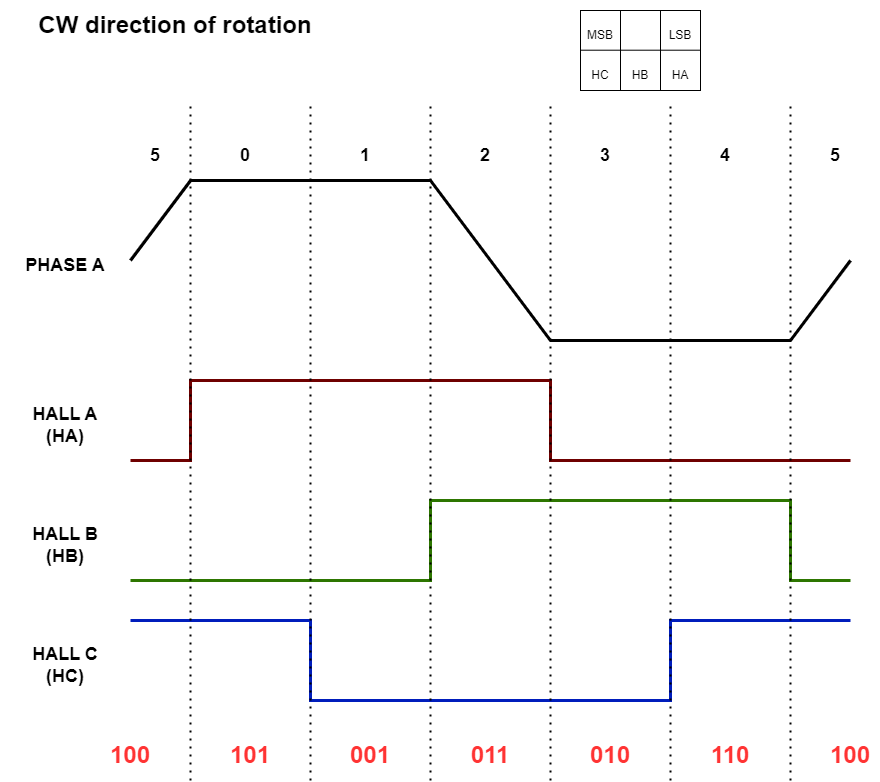
The draw.io diagram images/hall_cw_sm.png in microchip-pic-avr-examples/avr16eb32-bldc-pmsm-motor-control-demo, before a commit. Source tidied: cells renumbered, new cells last; positions are measured from the earlier drawing's top-left corner, leaving out a move shared by most shapes.
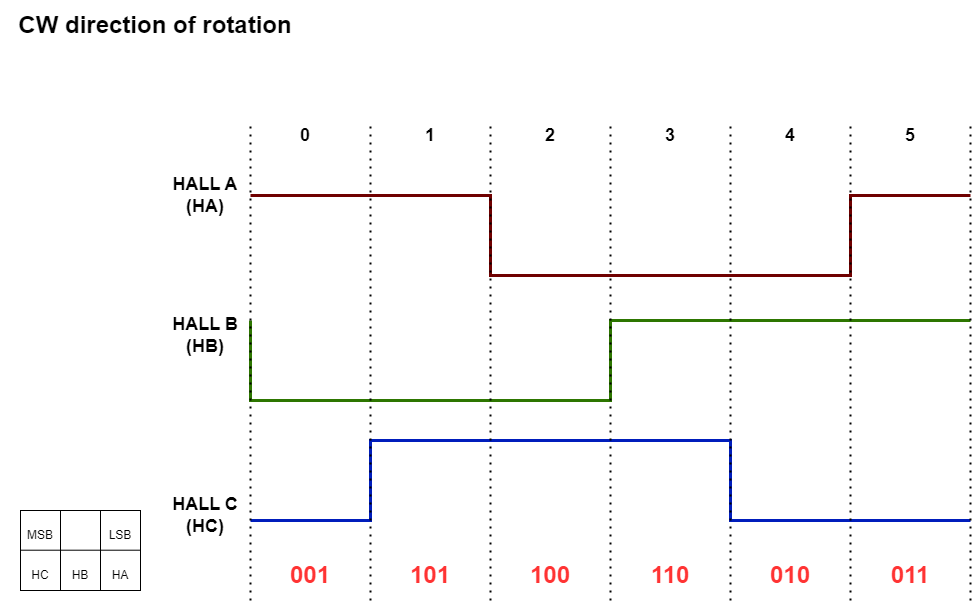
Later version of the same file.

Diff of the diagram source:
```diff
@@ -2,182 +2,169 @@
   <root>
     <mxCell id="0" />
     <mxCell id="1" parent="0" />
-    <mxCell id="2" style="endArrow=none;html=1;rounded=0;strokeWidth=3;" parent="1" edge="1">
-      <mxGeometry relative="1" as="geometry">
-        <mxPoint x="130" y="260" as="sourcePoint" />
-        <mxPoint x="850" y="260" as="targetPoint" />
-        <Array as="points">
-          <mxPoint x="190" y="180" />
-          <mxPoint x="430" y="180" />
-          <mxPoint x="550" y="340" />
-          <mxPoint x="790" y="340" />
-        </Array>
-      </mxGeometry>
-    </mxCell>
     <mxCell id="3" style="endArrow=none;html=1;rounded=0;strokeWidth=3;fillColor=#a20025;strokeColor=#6F0000;" parent="1" edge="1">
       <mxGeometry relative="1" as="geometry">
-        <mxPoint x="130" y="460" as="sourcePoint" />
-        <mxPoint x="850" y="460" as="targetPoint" />
+        <mxPoint x="190" y="375" as="sourcePoint" />
+        <mxPoint x="910" y="375" as="targetPoint" />
         <Array as="points">
-          <mxPoint x="190" y="460" />
-          <mxPoint x="190" y="380" />
-          <mxPoint x="550" y="380" />
-          <mxPoint x="550" y="460" />
+          <mxPoint x="190" y="375" />
+          <mxPoint x="430" y="375" />
+          <mxPoint x="430" y="455" />
+          <mxPoint x="790" y="455" />
+          <mxPoint x="790" y="375" />
         </Array>
       </mxGeometry>
     </mxCell>
     <mxCell id="4" style="endArrow=none;html=1;rounded=0;fillColor=#60a917;strokeColor=#2D7600;strokeWidth=3;" parent="1" edge="1">
       <mxGeometry relative="1" as="geometry">
-        <mxPoint x="130" y="580" as="sourcePoint" />
-        <mxPoint x="850" y="580" as="targetPoint" />
+        <mxPoint x="190" y="500" as="sourcePoint" />
+        <mxPoint x="910" y="500" as="targetPoint" />
         <Array as="points">
-          <mxPoint x="430" y="580" />
-          <mxPoint x="430" y="500" />
-          <mxPoint x="790" y="500" />
-          <mxPoint x="790" y="580" />
+          <mxPoint x="190" y="580" />
+          <mxPoint x="550" y="580" />
+          <mxPoint x="550" y="500" />
+          <mxPoint x="850" y="500" />
+          <mxPoint x="910" y="500" />
         </Array>
       </mxGeometry>
     </mxCell>
     <mxCell id="5" style="endArrow=none;html=1;rounded=0;fillColor=#0050ef;strokeColor=#001DBC;strokeWidth=3;" parent="1" edge="1">
       <mxGeometry relative="1" as="geometry">
-        <mxPoint x="130" y="620" as="sourcePoint" />
-        <mxPoint x="850" y="620" as="targetPoint" />
+        <mxPoint x="190" y="700" as="sourcePoint" />
+        <mxPoint x="910" y="700" as="targetPoint" />
         <Array as="points">
+          <mxPoint x="310" y="700" />
           <mxPoint x="310" y="620" />
-          <mxPoint x="310" y="700" />
+          <mxPoint x="670" y="620" />
           <mxPoint x="670" y="700" />
-          <mxPoint x="670" y="620" />
         </Array>
       </mxGeometry>
     </mxCell>
-    <mxCell id="6" value="&lt;font style=&quot;font-size: 18px;&quot;&gt;&lt;b&gt;PHASE A&lt;/b&gt;&lt;/font&gt;" style="text;html=1;align=center;verticalAlign=middle;whiteSpace=wrap;rounded=0;" parent="1" vertex="1">
-      <mxGeometry y="240" width="130" height="50" as="geometry" />
-    </mxCell>
     <mxCell id="7" style="endArrow=none;dashed=1;html=1;dashPattern=1 3;strokeWidth=2;rounded=0;" parent="1" edge="1">
       <mxGeometry relative="1" as="geometry">
         <mxPoint x="190" y="780" as="sourcePoint" />
-        <mxPoint x="190" y="100" as="targetPoint" />
+        <mxPoint x="190" y="300" as="targetPoint" />
       </mxGeometry>
     </mxCell>
     <mxCell id="8" style="endArrow=none;dashed=1;html=1;dashPattern=1 3;strokeWidth=2;rounded=0;" parent="1" edge="1">
       <mxGeometry relative="1" as="geometry">
         <mxPoint x="310" y="780" as="sourcePoint" />
-        <mxPoint x="310" y="100" as="targetPoint" />
+        <mxPoint x="310" y="300" as="targetPoint" />
       </mxGeometry>
     </mxCell>
     <mxCell id="9" style="endArrow=none;dashed=1;html=1;dashPattern=1 3;strokeWidth=2;rounded=0;" parent="1" edge="1">
       <mxGeometry relative="1" as="geometry">
         <mxPoint x="430" y="780" as="sourcePoint" />
-        <mxPoint x="430" y="100" as="targetPoint" />
+        <mxPoint x="430" y="300" as="targetPoint" />
       </mxGeometry>
     </mxCell>
     <mxCell id="10" style="endArrow=none;dashed=1;html=1;dashPattern=1 3;strokeWidth=2;rounded=0;" parent="1" edge="1">
       <mxGeometry relative="1" as="geometry">
         <mxPoint x="550" y="780" as="sourcePoint" />
-        <mxPoint x="550" y="100" as="targetPoint" />
+        <mxPoint x="550" y="300" as="targetPoint" />
       </mxGeometry>
     </mxCell>
     <mxCell id="11" style="endArrow=none;dashed=1;html=1;dashPattern=1 3;strokeWidth=2;rounded=0;" parent="1" edge="1">
       <mxGeometry relative="1" as="geometry">
         <mxPoint x="670" y="780" as="sourcePoint" />
-        <mxPoint x="670" y="100" as="targetPoint" />
+        <mxPoint x="670" y="300" as="targetPoint" />
       </mxGeometry>
     </mxCell>
     <mxCell id="12" style="endArrow=none;dashed=1;html=1;dashPattern=1 3;strokeWidth=2;rounded=0;" parent="1" edge="1">
       <mxGeometry relative="1" as="geometry">
         <mxPoint x="790" y="780" as="sourcePoint" />
-        <mxPoint x="790" y="100" as="targetPoint" />
+        <mxPoint x="790" y="300" as="targetPoint" />
       </mxGeometry>
     </mxCell>
-    <mxCell id="13" value="&lt;font style=&quot;font-size: 18px;&quot;&gt;&lt;b&gt;5&lt;/b&gt;&lt;/font&gt;" style="text;html=1;align=center;verticalAlign=middle;whiteSpace=wrap;rounded=0;" parent="1" vertex="1">
-      <mxGeometry x="140" y="130" width="30" height="50" as="geometry" />
-    </mxCell>
     <mxCell id="14" value="&lt;font style=&quot;font-size: 18px;&quot;&gt;&lt;b&gt;5&lt;/b&gt;&lt;/font&gt;" style="text;html=1;align=center;verticalAlign=middle;whiteSpace=wrap;rounded=0;" parent="1" vertex="1">
-      <mxGeometry x="820" y="130" width="30" height="50" as="geometry" />
+      <mxGeometry x="835" y="290" width="30" height="50" as="geometry" />
     </mxCell>
     <mxCell id="15" value="&lt;font style=&quot;font-size: 18px;&quot;&gt;&lt;b&gt;0&lt;/b&gt;&lt;/font&gt;" style="text;html=1;align=center;verticalAlign=middle;whiteSpace=wrap;rounded=0;" parent="1" vertex="1">
-      <mxGeometry x="230" y="130" width="30" height="50" as="geometry" />
+      <mxGeometry x="230" y="290" width="30" height="50" as="geometry" />
     </mxCell>
     <mxCell id="16" value="&lt;font style=&quot;font-size: 18px;&quot;&gt;&lt;b&gt;1&lt;/b&gt;&lt;/font&gt;" style="text;html=1;align=center;verticalAlign=middle;whiteSpace=wrap;rounded=0;" parent="1" vertex="1">
-      <mxGeometry x="350" y="130" width="30" height="50" as="geometry" />
+      <mxGeometry x="355" y="290" width="30" height="50" as="geometry" />
     </mxCell>
     <mxCell id="17" value="&lt;font style=&quot;font-size: 18px;&quot;&gt;&lt;b&gt;2&lt;/b&gt;&lt;/font&gt;" style="text;html=1;align=center;verticalAlign=middle;whiteSpace=wrap;rounded=0;" parent="1" vertex="1">
-      <mxGeometry x="470" y="130" width="30" height="50" as="geometry" />
+      <mxGeometry x="475" y="290" width="30" height="50" as="geometry" />
     </mxCell>
     <mxCell id="18" value="&lt;font style=&quot;font-size: 18px;&quot;&gt;&lt;b&gt;3&lt;/b&gt;&lt;/font&gt;" style="text;html=1;align=center;verticalAlign=middle;whiteSpace=wrap;rounded=0;" parent="1" vertex="1">
-      <mxGeometry x="590" y="130" width="30" height="50" as="geometry" />
+      <mxGeometry x="595" y="290" width="30" height="50" as="geometry" />
     </mxCell>
     <mxCell id="19" value="&lt;font style=&quot;font-size: 18px;&quot;&gt;&lt;b&gt;4&lt;/b&gt;&lt;/font&gt;" style="text;html=1;align=center;verticalAlign=middle;whiteSpace=wrap;rounded=0;" parent="1" vertex="1">
-      <mxGeometry x="710" y="130" width="30" height="50" as="geometry" />
+      <mxGeometry x="715" y="290" width="30" height="50" as="geometry" />
     </mxCell>
     <mxCell id="20" value="&lt;font style=&quot;font-size: 24px;&quot;&gt;&lt;b style=&quot;&quot;&gt;CW direction of rotation&lt;/b&gt;&lt;/font&gt;" style="text;html=1;align=center;verticalAlign=middle;whiteSpace=wrap;rounded=0;" parent="1" vertex="1">
-      <mxGeometry x="20" width="310" height="50" as="geometry" />
+      <mxGeometry x="-60" y="180" width="310" height="50" as="geometry" />
     </mxCell>
     <mxCell id="21" value="&lt;font style=&quot;font-size: 18px;&quot;&gt;&lt;b&gt;HALL A (HA)&lt;/b&gt;&lt;/font&gt;" style="text;html=1;align=center;verticalAlign=middle;whiteSpace=wrap;rounded=0;" parent="1" vertex="1">
-      <mxGeometry x="20" y="400" width="90" height="50" as="geometry" />
+      <mxGeometry x="100" y="350" width="90" height="50" as="geometry" />
     </mxCell>
     <mxCell id="22" value="&lt;font style=&quot;font-size: 18px;&quot;&gt;&lt;b&gt;HALL B (HB)&lt;/b&gt;&lt;/font&gt;" style="text;html=1;align=center;verticalAlign=middle;whiteSpace=wrap;rounded=0;" parent="1" vertex="1">
-      <mxGeometry x="20" y="520" width="90" height="50" as="geometry" />
+      <mxGeometry x="100" y="490" width="90" height="50" as="geometry" />
     </mxCell>
     <mxCell id="23" value="&lt;font style=&quot;font-size: 18px;&quot;&gt;&lt;b&gt;HALL C (HC)&lt;/b&gt;&lt;/font&gt;" style="text;html=1;align=center;verticalAlign=middle;whiteSpace=wrap;rounded=0;" parent="1" vertex="1">
-      <mxGeometry x="20" y="640" width="90" height="50" as="geometry" />
+      <mxGeometry x="100" y="670" width="90" height="50" as="geometry" />
     </mxCell>
     <mxCell id="24" style="rounded=0;whiteSpace=wrap;html=1;" parent="1" vertex="1">
-      <mxGeometry x="580" y="10" width="120" height="80" as="geometry" />
+      <mxGeometry x="-40" y="690" width="120" height="80" as="geometry" />
     </mxCell>
     <mxCell id="25" style="endArrow=none;html=1;rounded=0;entryX=1;entryY=0.5;entryDx=0;entryDy=0;" parent="1" edge="1">
       <mxGeometry relative="1" as="geometry">
-        <mxPoint x="580" y="49.7" as="sourcePoint" />
-        <mxPoint x="700" y="49.7" as="targetPoint" />
+        <mxPoint x="-40" y="729.7" as="sourcePoint" />
+        <mxPoint x="80" y="729.7" as="targetPoint" />
       </mxGeometry>
     </mxCell>
     <mxCell id="26" style="endArrow=none;html=1;rounded=0;" parent="1" edge="1">
       <mxGeometry relative="1" as="geometry">
-        <mxPoint x="620" y="90" as="sourcePoint" />
-        <mxPoint x="620" y="10" as="targetPoint" />
+        <mxPoint y="770" as="sourcePoint" />
+        <mxPoint y="690" as="targetPoint" />
       </mxGeometry>
     </mxCell>
     <mxCell id="27" style="endArrow=none;html=1;rounded=0;" parent="1" edge="1">
       <mxGeometry relative="1" as="geometry">
-        <mxPoint x="660" y="90" as="sourcePoint" />
-        <mxPoint x="660" y="10" as="targetPoint" />
+        <mxPoint x="40" y="770" as="sourcePoint" />
+        <mxPoint x="40" y="690" as="targetPoint" />
       </mxGeometry>
     </mxCell>
     <mxCell id="28" value="HC" style="text;html=1;align=center;verticalAlign=middle;whiteSpace=wrap;rounded=0;" parent="1" vertex="1">
-      <mxGeometry x="570" y="60" width="60" height="30" as="geometry" />
+      <mxGeometry x="-50" y="740" width="60" height="30" as="geometry" />
     </mxCell>
     <mxCell id="29" value="HB" style="text;html=1;align=center;verticalAlign=middle;whiteSpace=wrap;rounded=0;" parent="1" vertex="1">
-      <mxGeometry x="610" y="60" width="60" height="30" as="geometry" />
+      <mxGeometry x="-10" y="740" width="60" height="30" as="geometry" />
     </mxCell>
     <mxCell id="30" value="HA" style="text;html=1;align=center;verticalAlign=middle;whiteSpace=wrap;rounded=0;" parent="1" vertex="1">
-      <mxGeometry x="650" y="60" width="60" height="30" as="geometry" />
+      <mxGeometry x="30" y="740" width="60" height="30" as="geometry" />
     </mxCell>
     <mxCell id="31" value="MSB" style="text;html=1;align=center;verticalAlign=middle;whiteSpace=wrap;rounded=0;" parent="1" vertex="1">
-      <mxGeometry x="570" y="20" width="60" height="30" as="geometry" />
+      <mxGeometry x="-50" y="700" width="60" height="30" as="geometry" />
     </mxCell>
     <mxCell id="32" value="LSB" style="text;html=1;align=center;verticalAlign=middle;whiteSpace=wrap;rounded=0;" parent="1" vertex="1">
-      <mxGeometry x="650" y="20" width="60" height="30" as="geometry" />
+      <mxGeometry x="30" y="700" width="60" height="30" as="geometry" />
     </mxCell>
-    <mxCell id="33" value="&lt;font color=&quot;#ff3333&quot; style=&quot;font-size: 24px;&quot;&gt;&lt;b&gt;001&lt;/b&gt;&lt;/font&gt;" style="text;html=1;align=center;verticalAlign=middle;whiteSpace=wrap;rounded=0;" parent="1" vertex="1">
+    <mxCell id="33" value="&lt;font color=&quot;#ff3333&quot; style=&quot;font-size: 24px;&quot;&gt;&lt;b&gt;101&lt;/b&gt;&lt;/font&gt;" style="text;html=1;align=center;verticalAlign=middle;whiteSpace=wrap;rounded=0;" parent="1" vertex="1">
       <mxGeometry x="340" y="740" width="60" height="30" as="geometry" />
     </mxCell>
-    <mxCell id="34" value="&lt;font color=&quot;#ff3333&quot; style=&quot;font-size: 24px;&quot;&gt;&lt;b&gt;011&lt;/b&gt;&lt;/font&gt;" style="text;html=1;align=center;verticalAlign=middle;whiteSpace=wrap;rounded=0;" parent="1" vertex="1">
+    <mxCell id="34" value="&lt;font color=&quot;#ff3333&quot; style=&quot;font-size: 24px;&quot;&gt;&lt;b&gt;100&lt;/b&gt;&lt;/font&gt;" style="text;html=1;align=center;verticalAlign=middle;whiteSpace=wrap;rounded=0;" parent="1" vertex="1">
       <mxGeometry x="460" y="740" width="60" height="30" as="geometry" />
     </mxCell>
-    <mxCell id="35" value="&lt;font color=&quot;#ff3333&quot; style=&quot;font-size: 24px;&quot;&gt;&lt;b&gt;010&lt;/b&gt;&lt;/font&gt;" style="text;html=1;align=center;verticalAlign=middle;whiteSpace=wrap;rounded=0;" parent="1" vertex="1">
+    <mxCell id="35" value="&lt;font color=&quot;#ff3333&quot; style=&quot;font-size: 24px;&quot;&gt;&lt;b&gt;110&lt;/b&gt;&lt;/font&gt;" style="text;html=1;align=center;verticalAlign=middle;whiteSpace=wrap;rounded=0;" parent="1" vertex="1">
       <mxGeometry x="580" y="740" width="60" height="30" as="geometry" />
     </mxCell>
-    <mxCell id="36" value="&lt;font color=&quot;#ff3333&quot; style=&quot;font-size: 24px;&quot;&gt;&lt;b&gt;110&lt;/b&gt;&lt;/font&gt;" style="text;html=1;align=center;verticalAlign=middle;whiteSpace=wrap;rounded=0;" parent="1" vertex="1">
+    <mxCell id="36" value="&lt;font color=&quot;#ff3333&quot; style=&quot;font-size: 24px;&quot;&gt;&lt;b&gt;010&lt;/b&gt;&lt;/font&gt;" style="text;html=1;align=center;verticalAlign=middle;whiteSpace=wrap;rounded=0;" parent="1" vertex="1">
       <mxGeometry x="700" y="740" width="60" height="30" as="geometry" />
     </mxCell>
-    <mxCell id="37" value="&lt;font color=&quot;#ff3333&quot; style=&quot;font-size: 24px;&quot;&gt;&lt;b&gt;100&lt;/b&gt;&lt;/font&gt;" style="text;html=1;align=center;verticalAlign=middle;whiteSpace=wrap;rounded=0;" parent="1" vertex="1">
+    <mxCell id="37" value="&lt;font color=&quot;#ff3333&quot; style=&quot;font-size: 24px;&quot;&gt;&lt;b&gt;011&lt;/b&gt;&lt;/font&gt;" style="text;html=1;align=center;verticalAlign=middle;whiteSpace=wrap;rounded=0;" parent="1" vertex="1">
       <mxGeometry x="820" y="740" width="60" height="30" as="geometry" />
     </mxCell>
-    <mxCell id="38" value="&lt;font color=&quot;#ff3333&quot; style=&quot;font-size: 24px;&quot;&gt;&lt;b&gt;101&lt;/b&gt;&lt;/font&gt;" style="text;html=1;align=center;verticalAlign=middle;whiteSpace=wrap;rounded=0;" parent="1" vertex="1">
+    <mxCell id="38" value="&lt;font color=&quot;#ff3333&quot; style=&quot;font-size: 24px;&quot;&gt;&lt;b&gt;001&lt;/b&gt;&lt;/font&gt;" style="text;html=1;align=center;verticalAlign=middle;whiteSpace=wrap;rounded=0;" parent="1" vertex="1">
       <mxGeometry x="220" y="740" width="60" height="30" as="geometry" />
     </mxCell>
-    <mxCell id="39" value="&lt;font color=&quot;#ff3333&quot; style=&quot;font-size: 24px;&quot;&gt;&lt;b&gt;100&lt;/b&gt;&lt;/font&gt;" style="text;html=1;align=center;verticalAlign=middle;whiteSpace=wrap;rounded=0;" parent="1" vertex="1">
-      <mxGeometry x="100" y="740" width="60" height="30" as="geometry" />
-    </mxCell>
+    <mxCell id="40" style="endArrow=none;dashed=1;html=1;dashPattern=1 3;strokeWidth=2;rounded=0;" parent="1" edge="1">
+      <mxGeometry relative="1" as="geometry">
+        <mxPoint x="910" y="780" as="sourcePoint" />
+        <mxPoint x="910" y="300" as="targetPoint" />
+      </mxGeometry>
+    </mxCell>
   </root>
 </mxGraphModel>
```
